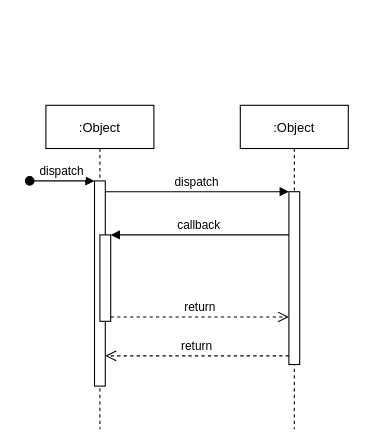
Earlier version of the draw.io diagram econage/v3/orgs/未命名绘图.drawio (SoulBiuBiuBiu/Notebook). Source tidied: cells renumbered, new cells numbered last; positions are measured from the earlier drawing's top-left corner, leaving out a move shared by most shapes. Both pictures are drawn from the tidied source at 108%, with x=0, y=0 at pixel (29, 105).
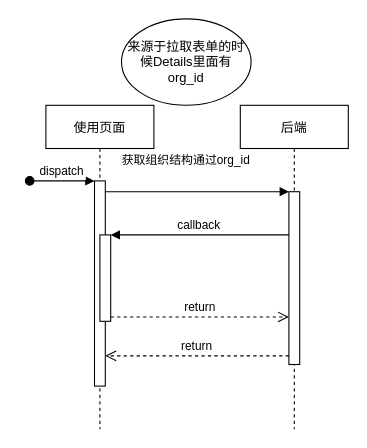
The same page after the edit.

Commit message:
更新未命名绘图.drawio

What changed in the source:
```diff
@@
 <mxGraphModel>
   <root>
     <mxCell id="0" />
     <mxCell id="1" parent="0" />
-    <mxCell id="2" value=":Object" style="shape=umlLifeline;perimeter=lifelinePerimeter;rounded=0;shadow=0;strokeWidth=1;" parent="1" vertex="1">
+    <mxCell id="2" value="使用页面" style="shape=umlLifeline;perimeter=lifelinePerimeter;rounded=0;shadow=0;strokeWidth=1;" parent="1" vertex="1">
       <mxGeometry x="15" width="100" height="300" as="geometry" />
     </mxCell>
     <mxCell id="3" style="points=[];perimeter=orthogonalPerimeter;rounded=0;shadow=0;strokeWidth=1;" parent="2" vertex="1">
       <mxGeometry x="45" y="70" width="10" height="190" as="geometry" />
     </mxCell>
     <mxCell id="4" value="dispatch" style="verticalAlign=bottom;startArrow=oval;endArrow=block;startSize=8;shadow=0;strokeWidth=1;" parent="2" edge="1" target="3">
       <mxGeometry relative="1" as="geometry">
         <mxPoint x="-15" y="70" as="sourcePoint" />
       </mxGeometry>
     </mxCell>
     <mxCell id="5" style="points=[];perimeter=orthogonalPerimeter;rounded=0;shadow=0;strokeWidth=1;" parent="2" vertex="1">
       <mxGeometry x="50" y="120" width="10" height="80" as="geometry" />
     </mxCell>
-    <mxCell id="6" value=":Object" style="shape=umlLifeline;perimeter=lifelinePerimeter;rounded=0;shadow=0;strokeWidth=1;" parent="1" vertex="1">
+    <mxCell id="6" value="后端" style="shape=umlLifeline;perimeter=lifelinePerimeter;rounded=0;shadow=0;strokeWidth=1;" parent="1" vertex="1">
       <mxGeometry x="195" width="100" height="300" as="geometry" />
     </mxCell>
     <mxCell id="7" style="points=[];perimeter=orthogonalPerimeter;rounded=0;shadow=0;strokeWidth=1;" parent="6" vertex="1">
       <mxGeometry x="45" y="80" width="10" height="160" as="geometry" />
     </mxCell>
     <mxCell id="8" value="return" style="verticalAlign=bottom;endArrow=open;dashed=1;endSize=8;exitX=0;exitY=0.95;shadow=0;strokeWidth=1;" parent="1" edge="1" source="7" target="3">
       <mxGeometry relative="1" as="geometry" />
     </mxCell>
-    <mxCell id="9" value="dispatch" style="verticalAlign=bottom;endArrow=block;entryX=0;entryY=0;shadow=0;strokeWidth=1;" parent="1" edge="1" source="3" target="7">
-      <mxGeometry relative="1" as="geometry" />
+    <mxCell id="9" value="获取组织结构通过org_id" style="verticalAlign=bottom;endArrow=block;entryX=0;entryY=0;shadow=0;strokeWidth=1;" parent="1" edge="1" source="3" target="7">
+      <mxGeometry x="-0.12" y="20" relative="1" as="geometry" />
     </mxCell>
     <mxCell id="10" value="callback" style="verticalAlign=bottom;endArrow=block;entryX=1;entryY=0;shadow=0;strokeWidth=1;" parent="1" edge="1" source="7" target="5">
       <mxGeometry relative="1" as="geometry" />
     </mxCell>
     <mxCell id="11" value="return" style="verticalAlign=bottom;endArrow=open;dashed=1;endSize=8;exitX=1;exitY=0.95;shadow=0;strokeWidth=1;" parent="1" edge="1" source="5" target="7">
       <mxGeometry relative="1" as="geometry" />
     </mxCell>
+    <mxCell id="12" value="来源于拉取表单的时候Details里面有org_id" style="ellipse;whiteSpace=wrap;html=1;" parent="1" vertex="1">
+      <mxGeometry x="85" y="-80" width="120" height="80" as="geometry" />
+    </mxCell>
   </root>
 </mxGraphModel>
```
